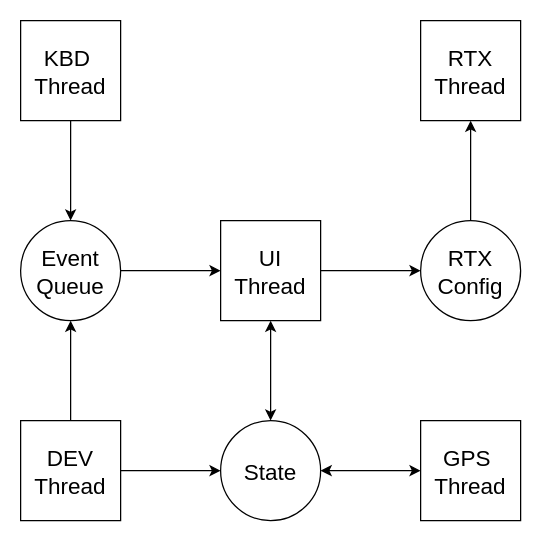
Earlier version of the draw.io diagram _media/thread_diagram.drawio (OpenRTX/openrtx.github.io). Source tidied: cells renumbered, new cells numbered last; positions are measured from the earlier drawing's top-left corner, leaving out a move shared by most shapes. Both pictures are drawn from the tidied source at 125%, with x=0, y=0 at pixel (20, 20).
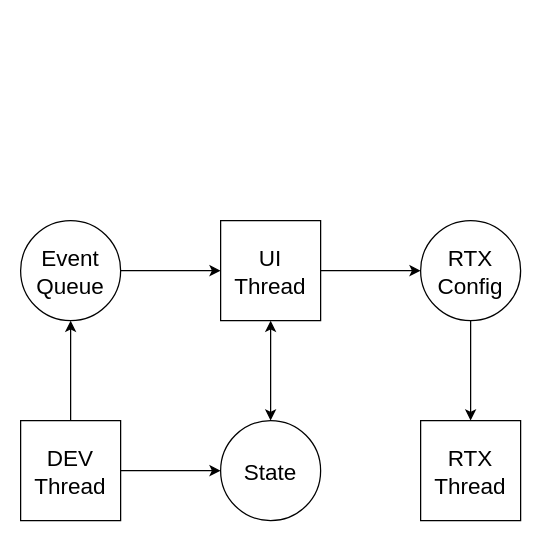
Above is the later version.

What changed in the source:
```diff
@@
 <mxGraphModel>
   <root>
     <mxCell id="0" />
     <mxCell id="1" parent="0" />
     <mxCell id="2" value="UI &#10;Thread" style="fontSize=18;fillColor=none;" parent="1" vertex="1">
       <mxGeometry x="160" y="160" width="80" height="80" as="geometry" />
     </mxCell>
-    <mxCell id="3" value="GPS &#10;Thread" style="fontSize=18;fillColor=none;" parent="1" vertex="1">
-      <mxGeometry x="320" y="320" width="80" height="80" as="geometry" />
-    </mxCell>
     <mxCell id="4" value="RTX&#10;Thread" style="fontSize=18;fillColor=none;" parent="1" vertex="1">
-      <mxGeometry x="320" width="80" height="80" as="geometry" />
+      <mxGeometry x="320" y="320" width="80" height="80" as="geometry" />
     </mxCell>
-    <mxCell id="5" value="KBD &#10;Thread" style="fontSize=18;labelBackgroundColor=none;fillColor=none;" parent="1" vertex="1">
-      <mxGeometry width="80" height="80" as="geometry" />
-    </mxCell>
     <mxCell id="6" value="DEV&#10;Thread" style="fontSize=18;fillColor=none;" parent="1" vertex="1">
       <mxGeometry y="320" width="80" height="80" as="geometry" />
     </mxCell>
     <mxCell id="7" value="State" style="ellipse;fontSize=18;fillColor=none;" parent="1" vertex="1">
       <mxGeometry x="160" y="320" width="80" height="80" as="geometry" />
     </mxCell>
     <mxCell id="8" value="Event&#10;Queue" style="ellipse;fontSize=18;fillColor=none;" parent="1" vertex="1">
       <mxGeometry y="160" width="80" height="80" as="geometry" />
     </mxCell>
-    <mxCell id="9" style="endArrow=classic;fontSize=18;entryX=0.5;entryY=0;entryDx=0;entryDy=0;strokeWidth=1;" parent="1" edge="1" source="5" target="8">
-      <mxGeometry relative="1" as="geometry" />
-    </mxCell>
     <mxCell id="10" style="endArrow=classic;fontSize=18;entryX=0.5;entryY=1;entryDx=0;entryDy=0;strokeWidth=1;" parent="1" edge="1" source="6" target="8">
       <mxGeometry relative="1" as="geometry" />
     </mxCell>
     <mxCell id="11" style="endArrow=classic;fontSize=18;entryX=0;entryY=0.5;entryDx=0;entryDy=0;strokeWidth=1;exitX=1;exitY=0.5;exitDx=0;exitDy=0;" parent="1" edge="1" source="8" target="2">
       <mxGeometry relative="1" as="geometry" />
     </mxCell>
     <mxCell id="12" value="RTX&#10;Config" style="ellipse;fontSize=18;fillColor=none;" parent="1" vertex="1">
       <mxGeometry x="320" y="160" width="80" height="80" as="geometry" />
     </mxCell>
     <mxCell id="13" style="endArrow=classic;fontSize=18;strokeWidth=1;" parent="1" edge="1" source="2" target="12">
       <mxGeometry relative="1" as="geometry" />
     </mxCell>
     <mxCell id="14" style="endArrow=classic;fontSize=18;strokeWidth=1;" parent="1" edge="1" source="12" target="4">
       <mxGeometry relative="1" as="geometry" />
     </mxCell>
     <mxCell id="15" style="endArrow=classic;startArrow=classic;strokeWidth=1;fontSize=18;exitX=0.5;exitY=1;exitDx=0;exitDy=0;entryX=0.5;entryY=0;entryDx=0;entryDy=0;" parent="1" edge="1" source="2" target="7">
       <mxGeometry relative="1" as="geometry" />
     </mxCell>
-    <mxCell id="16" style="endArrow=classic;startArrow=classic;strokeWidth=1;fontSize=18;exitX=0;exitY=0.5;exitDx=0;exitDy=0;entryX=1;entryY=0.5;entryDx=0;entryDy=0;" parent="1" edge="1" source="3" target="7">
-      <mxGeometry relative="1" as="geometry" />
-    </mxCell>
     <mxCell id="17" style="endArrow=classic;fontSize=18;entryX=0;entryY=0.5;entryDx=0;entryDy=0;strokeWidth=1;exitX=1;exitY=0.5;exitDx=0;exitDy=0;" parent="1" edge="1" source="6" target="7">
       <mxGeometry relative="1" as="geometry" />
     </mxCell>
   </root>
 </mxGraphModel>
```
